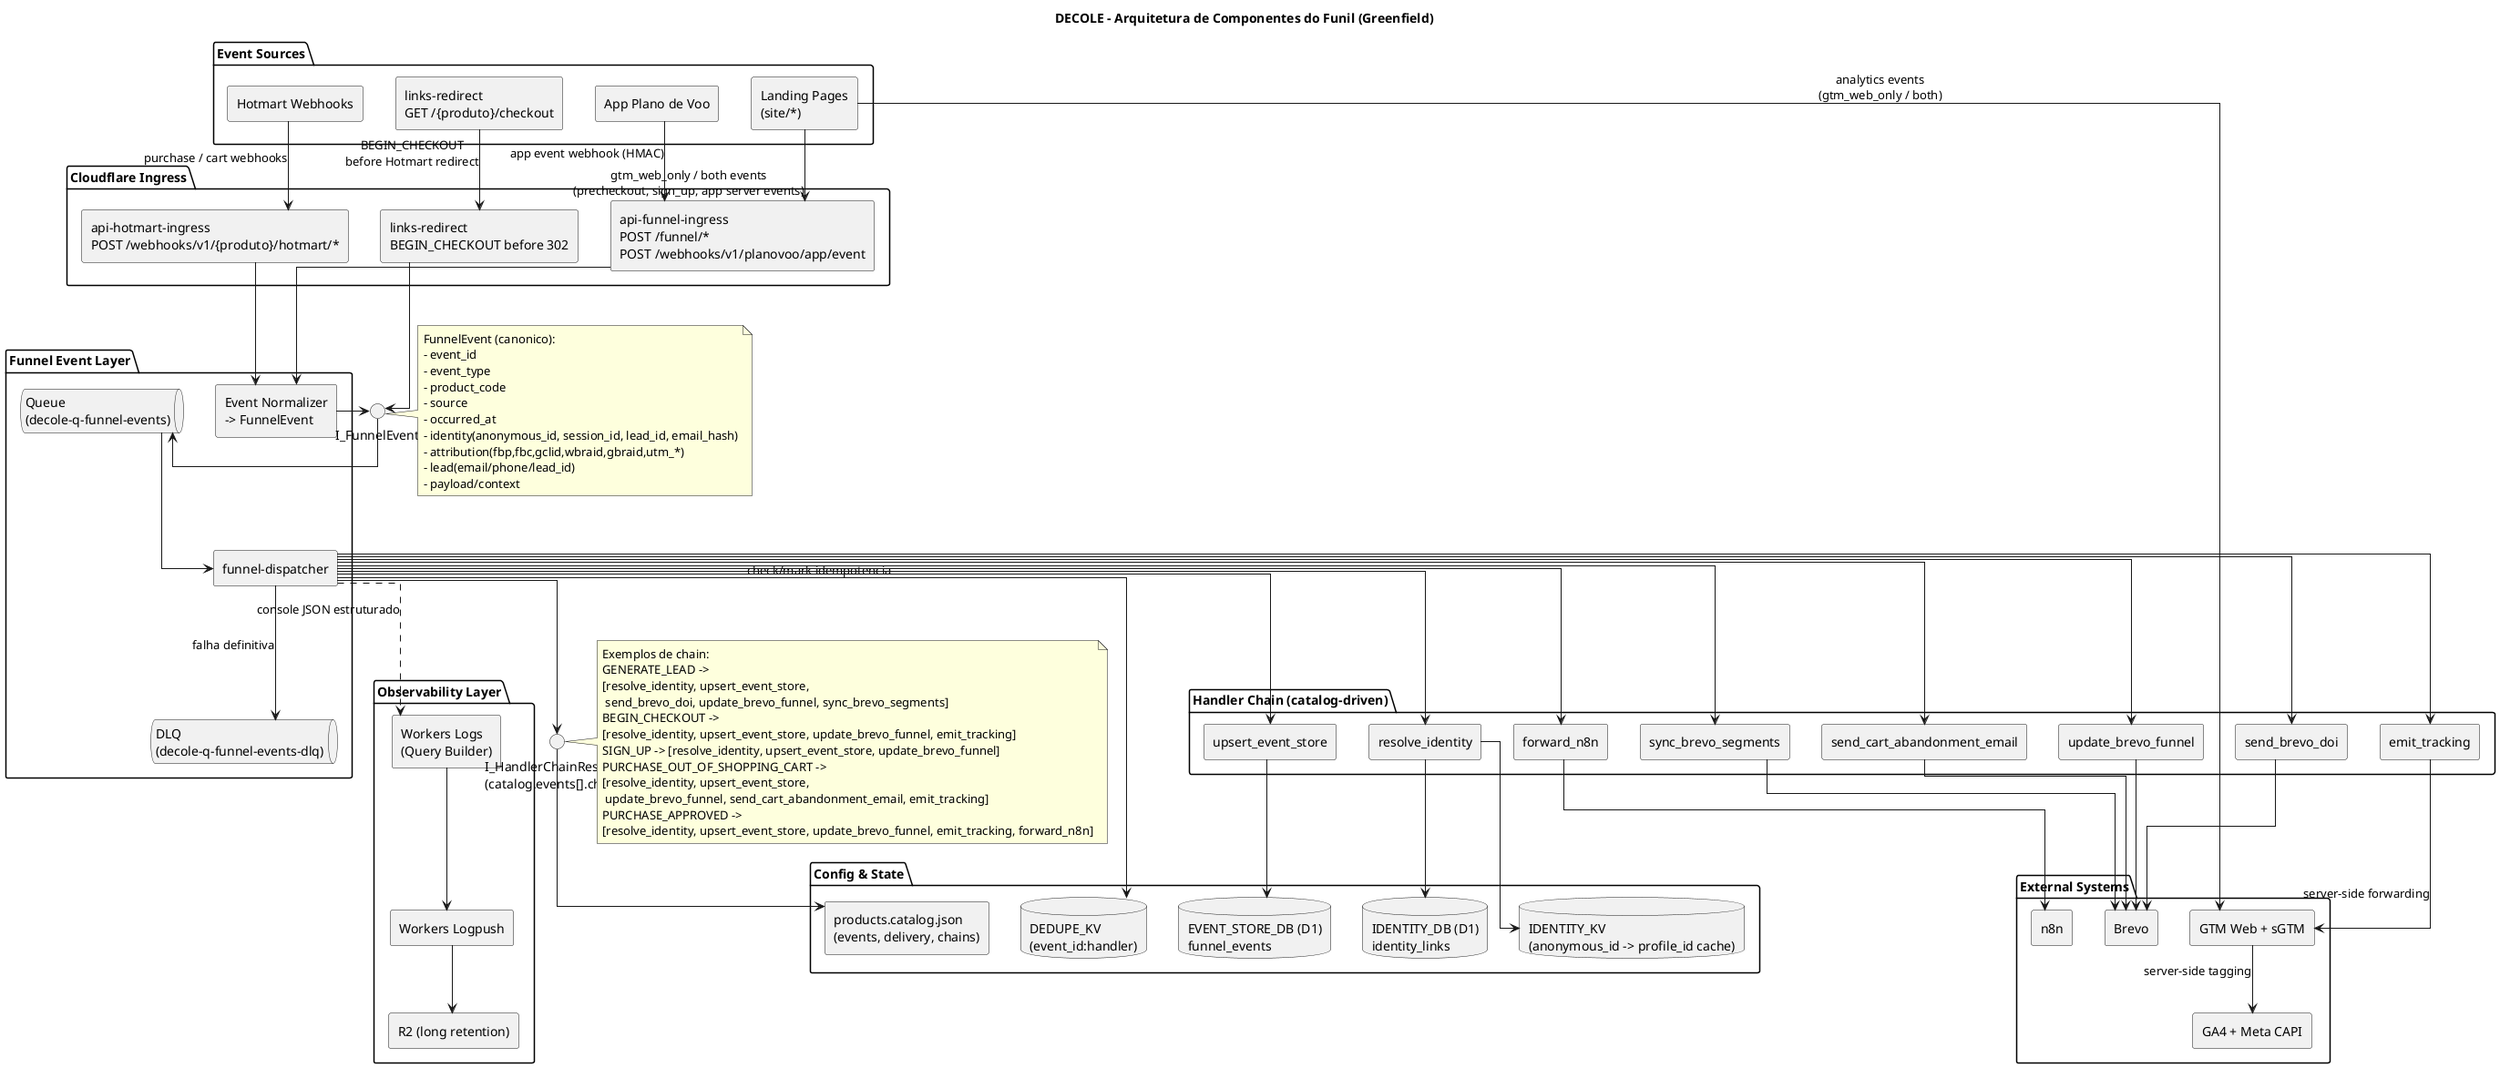
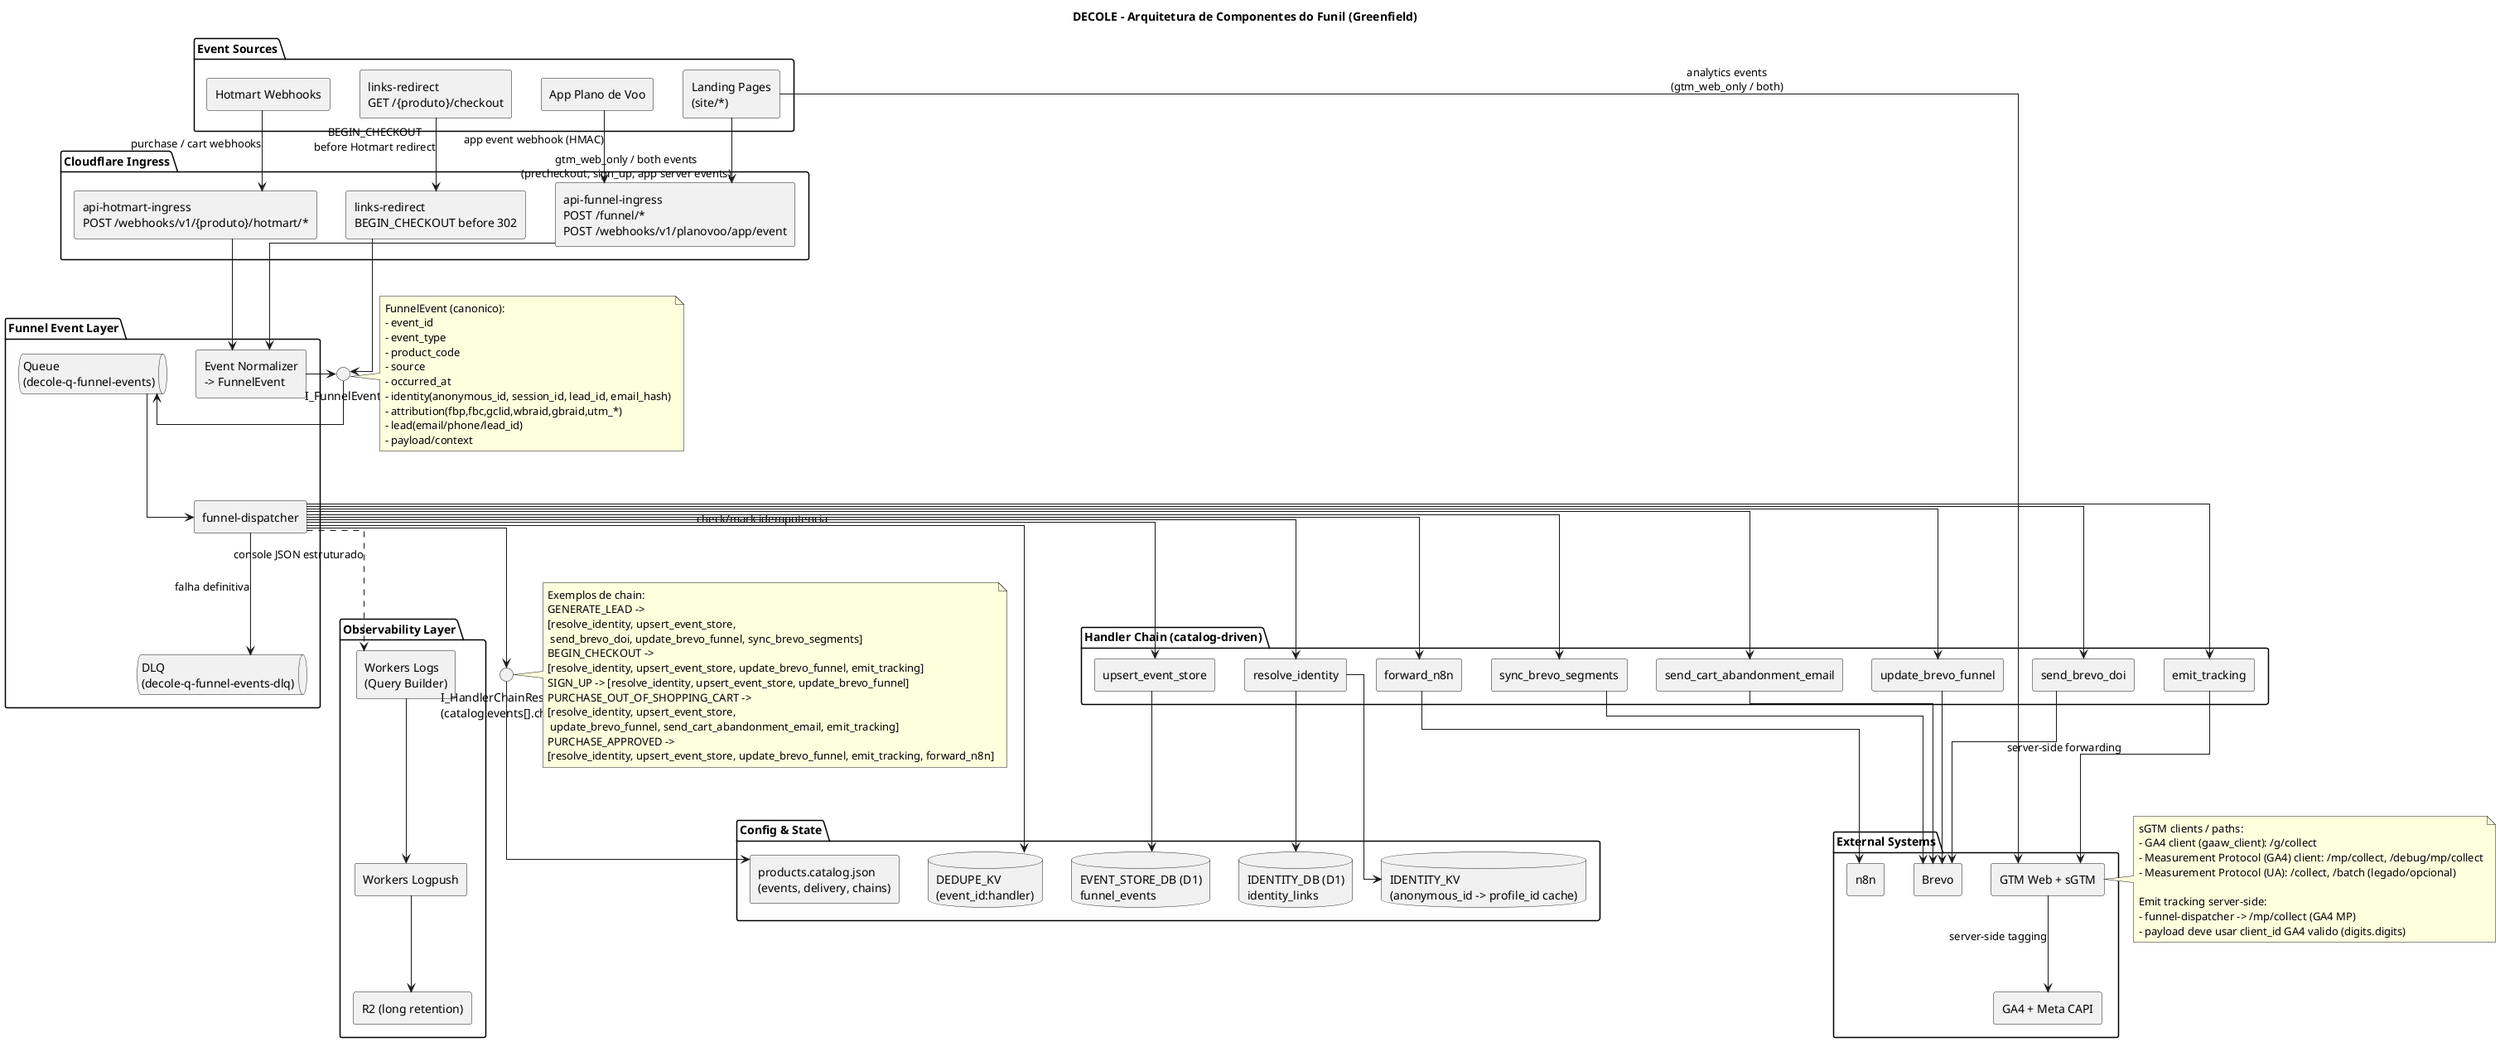
@startuml
title DECOLE - Arquitetura de Componentes do Funil (Greenfield)

skinparam shadowing false
skinparam componentStyle rectangle
skinparam linetype ortho

package "Event Sources" {
  [Landing Pages\n(site/*)] as src_site
  [App Plano de Voo] as src_app
  [links-redirect\nGET /{produto}/checkout] as src_links
  [Hotmart Webhooks] as src_hotmart
}

package "Cloudflare Ingress" {
  [api-funnel-ingress\nPOST /funnel/*\nPOST /webhooks/v1/planovoo/app/event] as ingress_funnel
  [links-redirect\nBEGIN_CHECKOUT before 302] as ingress_links
  [api-hotmart-ingress\nPOST /webhooks/v1/{produto}/hotmart/*] as ingress_hotmart
}

package "Funnel Event Layer" {
  [Event Normalizer\n-> FunnelEvent] as ev_norm
  queue "Queue\n(decole-q-funnel-events)" as q_funnel
  queue "DLQ\n(decole-q-funnel-events-dlq)" as q_dlq
  [funnel-dispatcher] as ev_disp
}

package "Handler Chain (catalog-driven)" {
  [resolve_identity] as h_resolve
  [upsert_event_store] as h_store
  [send_brevo_doi] as h_doi
  [update_brevo_funnel] as h_brevo
  [send_cart_abandonment_email] as h_cart
  [emit_tracking] as h_track
  [forward_n8n] as h_n8n
  [sync_brevo_segments] as h_sync
}

package "Config & State" {
  [products.catalog.json\n(events, delivery, chains)] as cfg_catalog
  database "IDENTITY_DB (D1)\nidentity_links" as db_identity
  database "EVENT_STORE_DB (D1)\nfunnel_events" as db_events
  database "DEDUPE_KV\n(event_id:handler)" as kv_dedupe
  database "IDENTITY_KV\n(anonymous_id -> profile_id cache)" as kv_identity
}

package "External Systems" {
  [Brevo] as ext_brevo
  [n8n] as ext_n8n
  [GTM Web + sGTM] as ext_gtm
  [GA4 + Meta CAPI] as ext_analytics
}

package "Observability Layer" {
  [Workers Logs\n(Query Builder)] as obs_logs
  [Workers Logpush] as obs_push
  [R2 (long retention)] as obs_r2
}

interface "I_FunnelEvent" as I_EVENT
interface "I_HandlerChainResolver\n(catalog.events[].chain)" as I_CHAIN

src_site --> ingress_funnel : gtm_web_only / both events\n(precheckout, sign_up, app server events)
src_site --> ext_gtm : analytics events\n(gtm_web_only / both)
src_app --> ingress_funnel : app event webhook (HMAC)
src_links --> ingress_links : BEGIN_CHECKOUT\nbefore Hotmart redirect
src_hotmart --> ingress_hotmart : purchase / cart webhooks
ext_gtm --> ext_analytics : server-side tagging

ingress_funnel --> ev_norm
ingress_links --> I_EVENT
ingress_hotmart --> ev_norm
ev_norm --> I_EVENT
I_EVENT --> q_funnel
q_funnel --> ev_disp

ev_disp --> I_CHAIN
I_CHAIN --> cfg_catalog

ev_disp --> kv_dedupe : check/mark idempotencia
ev_disp --> h_resolve
ev_disp --> h_store
ev_disp --> h_doi
ev_disp --> h_brevo
ev_disp --> h_cart
ev_disp --> h_track
ev_disp --> h_n8n
ev_disp --> h_sync

h_resolve --> db_identity
h_resolve --> kv_identity
h_store --> db_events
h_doi --> ext_brevo
h_brevo --> ext_brevo
h_cart --> ext_brevo
h_track --> ext_gtm : server-side forwarding
h_n8n --> ext_n8n
h_sync --> ext_brevo
ev_disp --> q_dlq : falha definitiva

+ note right of ext_gtm
+ sGTM clients / paths:
+ - GA4 client (gaaw_client): /g/collect
+ - Measurement Protocol (GA4) client: /mp/collect, /debug/mp/collect
+ - Measurement Protocol (UA): /collect, /batch (legado/opcional)
+ 
+ Emit tracking server-side:
+ - funnel-dispatcher -> /mp/collect (GA4 MP)
+ - payload deve usar client_id GA4 valido (digits.digits)
+ end note
+ 
note right of I_EVENT
FunnelEvent (canonico):
- event_id
- event_type
- product_code
- source
- occurred_at
- identity(anonymous_id, session_id, lead_id, email_hash)
- attribution(fbp,fbc,gclid,wbraid,gbraid,utm_*)
- lead(email/phone/lead_id)
- payload/context
end note

note right of I_CHAIN
Exemplos de chain:
GENERATE_LEAD ->
[resolve_identity, upsert_event_store,
 send_brevo_doi, update_brevo_funnel, sync_brevo_segments]
BEGIN_CHECKOUT ->
[resolve_identity, upsert_event_store, update_brevo_funnel, emit_tracking]
SIGN_UP -> [resolve_identity, upsert_event_store, update_brevo_funnel]
PURCHASE_OUT_OF_SHOPPING_CART ->
[resolve_identity, upsert_event_store,
 update_brevo_funnel, send_cart_abandonment_email, emit_tracking]
PURCHASE_APPROVED ->
[resolve_identity, upsert_event_store, update_brevo_funnel, emit_tracking, forward_n8n]
end note

ev_disp ..> obs_logs : console JSON estruturado
obs_logs --> obs_push
obs_push --> obs_r2

@enduml
